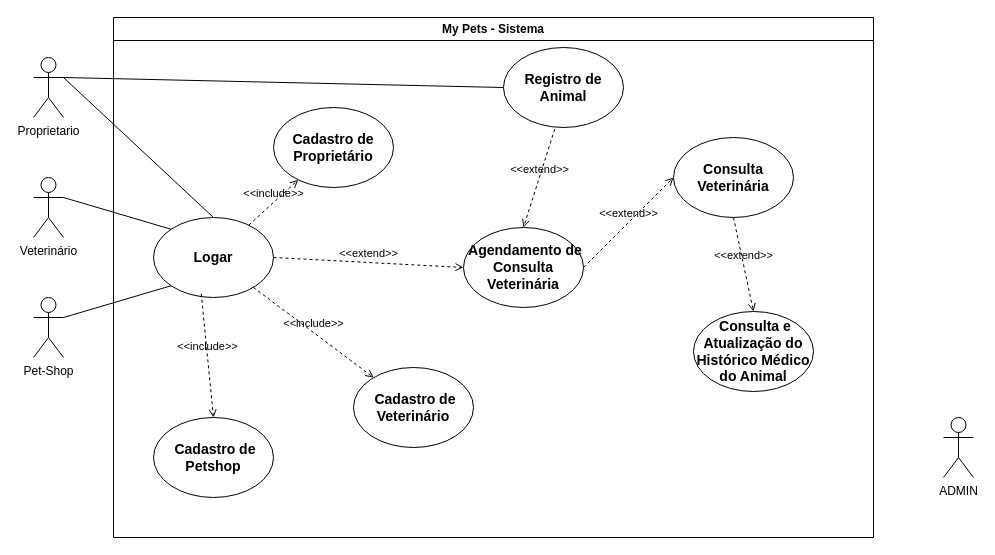
The draw.io diagram mypets.drawio in 18carica/My-Pet, before the edit. Source tidied: cells renumbered, new cells numbered last; positions are measured from the earlier drawing's top-left corner, leaving out a move shared by most shapes. Both pictures are drawn from the tidied source at 100%, with x=0, y=0 at pixel (33, 17).
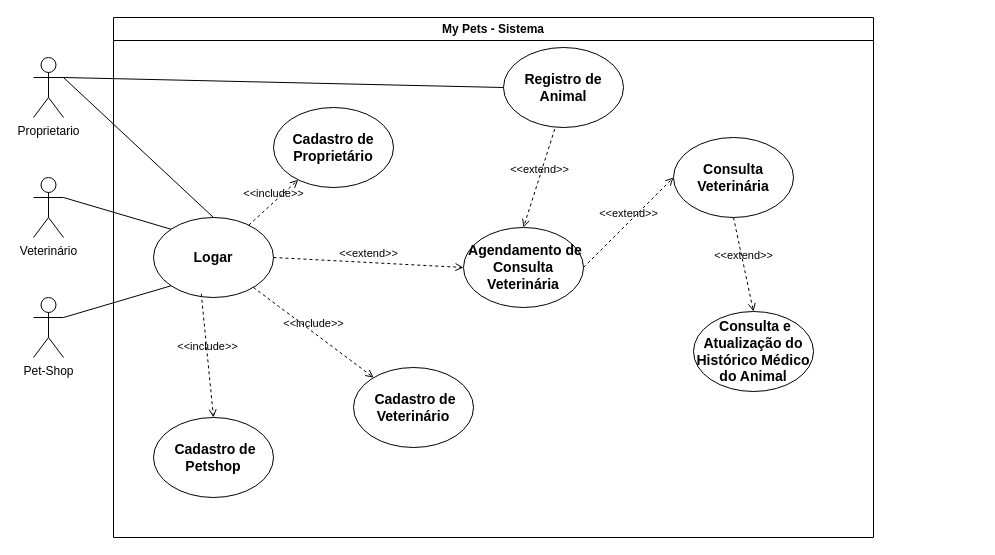
The same diagram, later.

What changed in the source:
```diff
@@
-    <mxCell id="5" value="ADMIN" style="shape=umlActor;verticalLabelPosition=bottom;verticalAlign=top;html=1;" parent="1" vertex="1">
-      <mxGeometry x="910" y="400" width="30" height="60" as="geometry" />
-    </mxCell>
```
